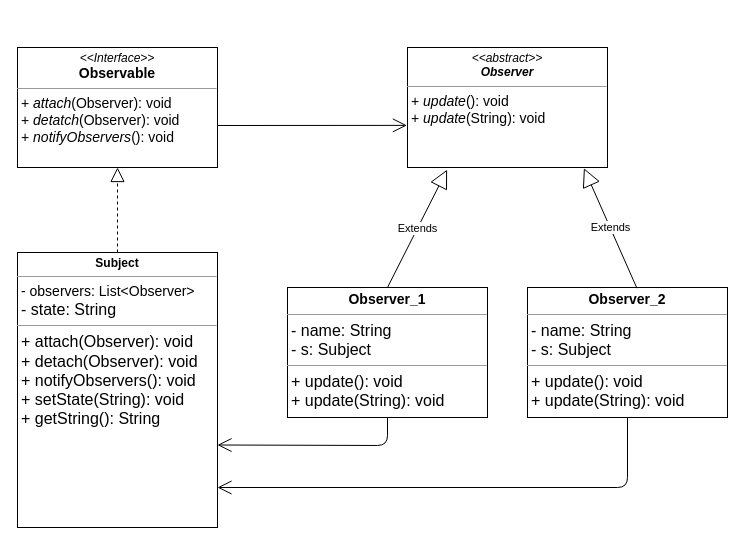
HolgerSinComcaveTraining/04_patterns_observer_class keeps this draw.io diagram as observer_class.drawio. Above is the earlier version. Source tidied: cells renumbered, new cells numbered last; positions are measured from the earlier drawing's top-left corner, leaving out a move shared by most shapes. Both pictures are drawn from the tidied source at 100%, with x=0, y=0 at pixel (17, 47).
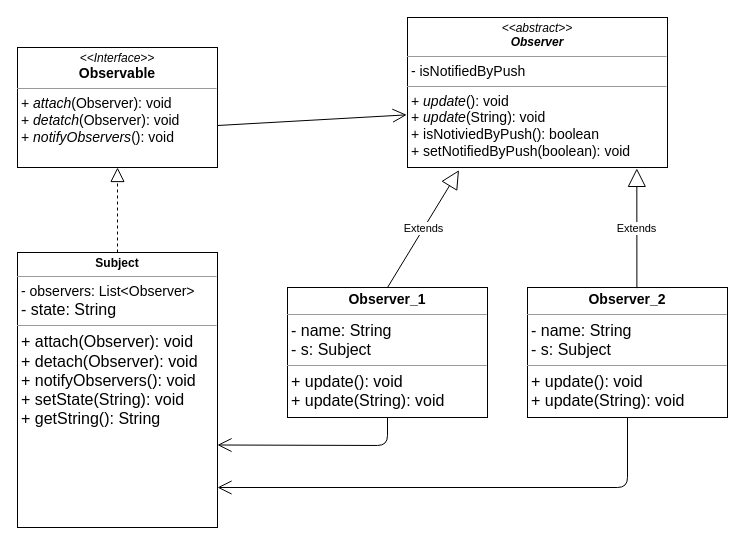
The same page after the edit.

The edit, as a diff of the source:
```diff
@@
 <mxGraphModel>
   <root>
     <mxCell id="0" />
     <mxCell id="1" parent="0" />
     <mxCell id="2" value="&lt;p style=&quot;margin: 0px ; margin-top: 4px ; text-align: center&quot;&gt;&lt;b&gt;&lt;font style=&quot;font-size: 14px&quot;&gt;Observer_1&lt;/font&gt;&lt;/b&gt;&lt;/p&gt;&lt;hr size=&quot;1&quot;&gt;&lt;p style=&quot;margin: 0px ; margin-left: 4px&quot;&gt;&lt;font size=&quot;3&quot;&gt;- name: String&lt;/font&gt;&lt;/p&gt;&lt;p style=&quot;margin: 0px ; margin-left: 4px&quot;&gt;&lt;font size=&quot;3&quot;&gt;- s: Subject&lt;/font&gt;&lt;/p&gt;&lt;hr size=&quot;1&quot;&gt;&lt;p style=&quot;margin: 0px ; margin-left: 4px&quot;&gt;&lt;font size=&quot;3&quot;&gt;+&amp;nbsp;&lt;/font&gt;&lt;span style=&quot;font-size: medium&quot;&gt;update&lt;/span&gt;&lt;font size=&quot;3&quot;&gt;(): void&lt;/font&gt;&lt;/p&gt;&lt;p style=&quot;margin: 0px 0px 0px 4px&quot;&gt;&lt;font size=&quot;3&quot;&gt;+&amp;nbsp;&lt;/font&gt;&lt;span style=&quot;font-size: medium&quot;&gt;update&lt;/span&gt;&lt;font size=&quot;3&quot;&gt;(String): void&lt;/font&gt;&lt;/p&gt;&lt;p style=&quot;margin: 0px 0px 0px 4px&quot;&gt;&lt;br&gt;&lt;/p&gt;&lt;p style=&quot;margin: 0px ; margin-left: 4px&quot;&gt;&lt;font size=&quot;3&quot;&gt;&lt;br&gt;&lt;/font&gt;&lt;/p&gt;&lt;p style=&quot;margin: 0px ; margin-left: 4px&quot;&gt;&lt;font size=&quot;3&quot;&gt;&lt;br&gt;&lt;/font&gt;&lt;/p&gt;&lt;p style=&quot;margin: 0px ; margin-left: 4px&quot;&gt;&lt;br&gt;&lt;/p&gt;&lt;p style=&quot;margin: 0px ; margin-left: 4px&quot;&gt;&lt;br&gt;&lt;/p&gt;&lt;p style=&quot;margin: 0px ; margin-left: 4px&quot;&gt;&lt;br&gt;&lt;/p&gt;" style="verticalAlign=top;align=left;overflow=fill;fontSize=12;fontFamily=Helvetica;html=1;" parent="1" vertex="1">
       <mxGeometry x="270" y="240" width="200" height="130" as="geometry" />
     </mxCell>
     <mxCell id="3" style="edgeStyle=orthogonalEdgeStyle;rounded=0;orthogonalLoop=1;jettySize=auto;html=1;exitX=0.5;exitY=1;exitDx=0;exitDy=0;" parent="1" edge="1" source="2" target="2">
       <mxGeometry relative="1" as="geometry" />
     </mxCell>
     <mxCell id="4" value="&lt;p style=&quot;margin: 0px ; margin-top: 4px ; text-align: center&quot;&gt;&lt;b&gt;&lt;font style=&quot;font-size: 12px&quot;&gt;Subject&lt;/font&gt;&lt;/b&gt;&lt;/p&gt;&lt;hr size=&quot;1&quot;&gt;&lt;p style=&quot;margin: 0px ; margin-left: 4px&quot;&gt;&lt;font style=&quot;font-size: 14px&quot;&gt;- observers: List&amp;lt;Observer&amp;gt;&lt;/font&gt;&lt;/p&gt;&lt;p style=&quot;margin: 0px ; margin-left: 4px&quot;&gt;&lt;font size=&quot;3&quot;&gt;- state: String&lt;/font&gt;&lt;/p&gt;&lt;hr size=&quot;1&quot;&gt;&lt;p style=&quot;margin: 0px ; margin-left: 4px&quot;&gt;&lt;font size=&quot;3&quot;&gt;+&amp;nbsp;attach(Observer): void&lt;/font&gt;&lt;/p&gt;&lt;p style=&quot;margin: 0px ; margin-left: 4px&quot;&gt;&lt;font size=&quot;3&quot;&gt;+ detach&lt;/font&gt;&lt;font size=&quot;3&quot;&gt;(Observer): void&lt;br&gt;+ notifyObservers(): void&lt;/font&gt;&lt;/p&gt;&lt;p style=&quot;margin: 0px ; margin-left: 4px&quot;&gt;&lt;font size=&quot;3&quot;&gt;+ setState(String): void&lt;/font&gt;&lt;/p&gt;&lt;p style=&quot;margin: 0px ; margin-left: 4px&quot;&gt;&lt;font size=&quot;3&quot;&gt;+ getString(): String&lt;/font&gt;&lt;/p&gt;&lt;br&gt;&lt;p style=&quot;margin: 0px ; margin-left: 4px&quot;&gt;&lt;font size=&quot;3&quot;&gt;&lt;br&gt;&lt;/font&gt;&lt;/p&gt;&lt;p style=&quot;margin: 0px ; margin-left: 4px&quot;&gt;&lt;font size=&quot;3&quot;&gt;&lt;br&gt;&lt;/font&gt;&lt;/p&gt;&lt;p style=&quot;margin: 0px ; margin-left: 4px&quot;&gt;&lt;br&gt;&lt;/p&gt;&lt;p style=&quot;margin: 0px ; margin-left: 4px&quot;&gt;&lt;br&gt;&lt;/p&gt;&lt;p style=&quot;margin: 0px ; margin-left: 4px&quot;&gt;&lt;br&gt;&lt;/p&gt;" style="verticalAlign=top;align=left;overflow=fill;fontSize=12;fontFamily=Helvetica;html=1;" parent="1" vertex="1">
       <mxGeometry y="205" width="200" height="275" as="geometry" />
     </mxCell>
     <mxCell id="5" style="edgeStyle=orthogonalEdgeStyle;rounded=0;orthogonalLoop=1;jettySize=auto;html=1;exitX=0.5;exitY=1;exitDx=0;exitDy=0;" parent="1" edge="1">
       <mxGeometry relative="1" as="geometry">
         <mxPoint x="290" y="240" as="sourcePoint" />
         <mxPoint x="290" y="240" as="targetPoint" />
       </mxGeometry>
     </mxCell>
     <mxCell id="6" value="&lt;p style=&quot;margin: 0px ; margin-top: 4px ; text-align: center&quot;&gt;&lt;i&gt;&amp;lt;&amp;lt;Interface&amp;gt;&amp;gt;&lt;/i&gt;&lt;br&gt;&lt;b&gt;&lt;font style=&quot;font-size: 14px&quot;&gt;Observable&lt;/font&gt;&lt;/b&gt;&lt;/p&gt;&lt;hr size=&quot;1&quot;&gt;&lt;p style=&quot;margin: 0px ; margin-left: 4px&quot;&gt;&lt;font style=&quot;font-size: 14px&quot;&gt;+ &lt;i&gt;attach&lt;/i&gt;(Observer): void&lt;br&gt;+ &lt;i&gt;detatch&lt;/i&gt;(Observer): void&lt;br&gt;&lt;/font&gt;&lt;/p&gt;&lt;p style=&quot;margin: 0px ; margin-left: 4px&quot;&gt;&lt;font style=&quot;font-size: 14px&quot;&gt;+ &lt;i&gt;notifyObservers&lt;/i&gt;(): void&lt;/font&gt;&lt;br&gt;&lt;/p&gt;" style="verticalAlign=top;align=left;overflow=fill;fontSize=12;fontFamily=Helvetica;html=1;" parent="1" vertex="1">
       <mxGeometry width="200" height="120" as="geometry" />
     </mxCell>
-    <mxCell id="7" value="&lt;p style=&quot;margin: 0px ; margin-top: 4px ; text-align: center&quot;&gt;&lt;i&gt;&amp;lt;&amp;lt;abstract&amp;gt;&amp;gt;&lt;/i&gt;&lt;br&gt;&lt;b&gt;&lt;i&gt;Observer&lt;/i&gt;&lt;/b&gt;&lt;/p&gt;&lt;hr size=&quot;1&quot;&gt;&lt;p style=&quot;margin: 0px ; margin-left: 4px&quot;&gt;&lt;span style=&quot;font-size: 14px&quot;&gt;+ &lt;/span&gt;&lt;i style=&quot;font-size: 14px&quot;&gt;update&lt;/i&gt;&lt;span style=&quot;font-size: 14px&quot;&gt;(): void&lt;/span&gt;&lt;br&gt;&lt;/p&gt;&lt;p style=&quot;margin: 0px ; margin-left: 4px&quot;&gt;&lt;span style=&quot;font-size: 14px&quot;&gt;+&amp;nbsp;&lt;/span&gt;&lt;i style=&quot;font-size: 14px&quot;&gt;update&lt;/i&gt;&lt;span style=&quot;font-size: 14px&quot;&gt;(String): void&lt;/span&gt;&lt;span style=&quot;font-size: 14px&quot;&gt;&lt;br&gt;&lt;/span&gt;&lt;/p&gt;" style="verticalAlign=top;align=left;overflow=fill;fontSize=12;fontFamily=Helvetica;html=1;" parent="1" vertex="1">
-      <mxGeometry x="390" width="200" height="120" as="geometry" />
+    <mxCell id="7" value="&lt;p style=&quot;margin: 0px ; margin-top: 4px ; text-align: center&quot;&gt;&lt;i&gt;&amp;lt;&amp;lt;abstract&amp;gt;&amp;gt;&lt;/i&gt;&lt;br&gt;&lt;b&gt;&lt;i&gt;Observer&lt;/i&gt;&lt;/b&gt;&lt;/p&gt;&lt;hr size=&quot;1&quot;&gt;&lt;p style=&quot;margin: 0px ; margin-left: 4px&quot;&gt;&lt;/p&gt;&lt;span style=&quot;font-size: 14px&quot;&gt;&amp;nbsp;- isNotifiedByPush&lt;/span&gt;&lt;hr size=&quot;1&quot;&gt;&lt;p style=&quot;margin: 0px ; margin-left: 4px&quot;&gt;&lt;span style=&quot;font-size: 14px&quot;&gt;+ &lt;/span&gt;&lt;i style=&quot;font-size: 14px&quot;&gt;update&lt;/i&gt;&lt;span style=&quot;font-size: 14px&quot;&gt;(): void&lt;/span&gt;&lt;br&gt;&lt;/p&gt;&lt;p style=&quot;margin: 0px ; margin-left: 4px&quot;&gt;&lt;span style=&quot;font-size: 14px&quot;&gt;+&amp;nbsp;&lt;/span&gt;&lt;i style=&quot;font-size: 14px&quot;&gt;update&lt;/i&gt;&lt;span style=&quot;font-size: 14px&quot;&gt;(String): void&lt;/span&gt;&lt;span style=&quot;font-size: 14px&quot;&gt;&lt;br&gt;&lt;/span&gt;&lt;/p&gt;&lt;p style=&quot;margin: 0px ; margin-left: 4px&quot;&gt;&lt;span style=&quot;font-size: 14px&quot;&gt;+ isNotiviedByPush(): boolean&lt;/span&gt;&lt;/p&gt;&lt;p style=&quot;margin: 0px ; margin-left: 4px&quot;&gt;&lt;span style=&quot;font-size: 14px&quot;&gt;+ setNotifiedByPush(boolean): void&lt;/span&gt;&lt;/p&gt;" style="verticalAlign=top;align=left;overflow=fill;fontSize=12;fontFamily=Helvetica;html=1;" parent="1" vertex="1">
+      <mxGeometry x="390" y="-30" width="260" height="150" as="geometry" />
     </mxCell>
     <mxCell id="8" style="endArrow=block;dashed=1;endFill=0;endSize=12;html=1;exitX=0.5;exitY=0;exitDx=0;exitDy=0;entryX=0.5;entryY=1;entryDx=0;entryDy=0;" parent="1" edge="1" source="4" target="6">
       <mxGeometry relative="1" as="geometry" />
     </mxCell>
     <mxCell id="9" value="&lt;p style=&quot;margin: 0px ; margin-top: 4px ; text-align: center&quot;&gt;&lt;b&gt;&lt;font style=&quot;font-size: 14px&quot;&gt;Observer_2&lt;/font&gt;&lt;/b&gt;&lt;/p&gt;&lt;hr size=&quot;1&quot;&gt;&lt;p style=&quot;margin: 0px ; margin-left: 4px&quot;&gt;&lt;font size=&quot;3&quot;&gt;- name: String&lt;/font&gt;&lt;/p&gt;&lt;p style=&quot;margin: 0px ; margin-left: 4px&quot;&gt;&lt;font size=&quot;3&quot;&gt;- s: Subject&lt;/font&gt;&lt;/p&gt;&lt;hr size=&quot;1&quot;&gt;&lt;p style=&quot;margin: 0px ; margin-left: 4px&quot;&gt;&lt;font size=&quot;3&quot;&gt;+&amp;nbsp;&lt;/font&gt;&lt;span style=&quot;font-size: medium&quot;&gt;update&lt;/span&gt;&lt;font size=&quot;3&quot;&gt;(): void&lt;/font&gt;&lt;/p&gt;&lt;p style=&quot;margin: 0px 0px 0px 4px&quot;&gt;&lt;font size=&quot;3&quot;&gt;+&amp;nbsp;&lt;/font&gt;&lt;span style=&quot;font-size: medium&quot;&gt;update&lt;/span&gt;&lt;font size=&quot;3&quot;&gt;(String): void&lt;/font&gt;&lt;/p&gt;&lt;p style=&quot;margin: 0px 0px 0px 4px&quot;&gt;&lt;br&gt;&lt;/p&gt;&lt;p style=&quot;margin: 0px ; margin-left: 4px&quot;&gt;&lt;br&gt;&lt;/p&gt;&lt;p style=&quot;margin: 0px ; margin-left: 4px&quot;&gt;&lt;font size=&quot;3&quot;&gt;&lt;br&gt;&lt;/font&gt;&lt;/p&gt;&lt;p style=&quot;margin: 0px ; margin-left: 4px&quot;&gt;&lt;font size=&quot;3&quot;&gt;&lt;br&gt;&lt;/font&gt;&lt;/p&gt;&lt;p style=&quot;margin: 0px ; margin-left: 4px&quot;&gt;&lt;br&gt;&lt;/p&gt;&lt;p style=&quot;margin: 0px ; margin-left: 4px&quot;&gt;&lt;br&gt;&lt;/p&gt;&lt;p style=&quot;margin: 0px ; margin-left: 4px&quot;&gt;&lt;br&gt;&lt;/p&gt;" style="verticalAlign=top;align=left;overflow=fill;fontSize=12;fontFamily=Helvetica;html=1;" parent="1" vertex="1">
       <mxGeometry x="510" y="240" width="200" height="130" as="geometry" />
     </mxCell>
     <mxCell id="10" value="Extends" style="endArrow=block;endSize=16;endFill=0;html=1;exitX=0.5;exitY=0;exitDx=0;exitDy=0;entryX=0.198;entryY=1.018;entryDx=0;entryDy=0;entryPerimeter=0;" parent="1" edge="1" source="2" target="7">
       <mxGeometry relative="1" as="geometry" />
     </mxCell>
     <mxCell id="11" value="Extends" style="endArrow=block;endSize=16;endFill=0;html=1;exitX=0.547;exitY=0.005;exitDx=0;exitDy=0;exitPerimeter=0;entryX=0.882;entryY=1.006;entryDx=0;entryDy=0;entryPerimeter=0;" parent="1" edge="1" source="9" target="7">
       <mxGeometry relative="1" as="geometry" />
     </mxCell>
     <mxCell id="12" style="endArrow=open;endFill=1;endSize=12;html=1;exitX=0.5;exitY=1;exitDx=0;exitDy=0;" parent="1" edge="1" source="9">
       <mxGeometry relative="1" as="geometry">
         <mxPoint x="200" y="440" as="targetPoint" />
         <Array as="points">
           <mxPoint x="610" y="440" />
         </Array>
       </mxGeometry>
     </mxCell>
     <mxCell id="13" style="endArrow=open;endFill=1;endSize=12;html=1;exitX=0.5;exitY=1;exitDx=0;exitDy=0;entryX=1;entryY=0.7;entryDx=0;entryDy=0;entryPerimeter=0;" parent="1" edge="1" source="2" target="4">
       <mxGeometry relative="1" as="geometry">
         <Array as="points">
           <mxPoint x="370" y="398" />
         </Array>
       </mxGeometry>
     </mxCell>
     <mxCell id="14" style="endArrow=open;endFill=1;endSize=12;html=1;entryX=-0.003;entryY=0.649;entryDx=0;entryDy=0;entryPerimeter=0;" parent="1" edge="1" target="7">
       <mxGeometry relative="1" as="geometry">
         <mxPoint x="200" y="78" as="sourcePoint" />
       </mxGeometry>
     </mxCell>
   </root>
 </mxGraphModel>
```
